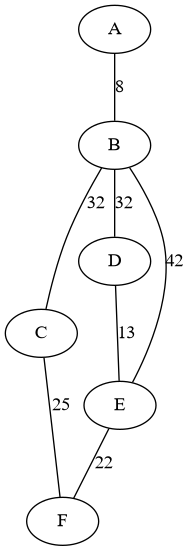
Johanx22x/DS-Project-2 keeps this Graphviz diagram as graph.png. Above is the earlier version. Its source is kept beside it as graph.dot.
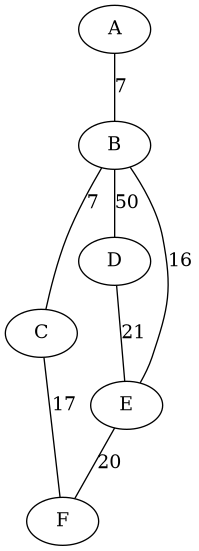
The same diagram one commit later.

The edit, as a diff of the source:
```diff
@@ -1,9 +1,9 @@
 graph A {
-	"A" -- "B" [label=8]
-	"B" -- "C" [label=32]
-	"B" -- "D" [label=32]
-	"B" -- "E" [label=42]
-	"C" -- "F" [label=25]
-	"D" -- "E" [label=13]
-	"E" -- "F" [label=22]
+	"A" -- "B" [label=7]
+	"B" -- "C" [label=7]
+	"B" -- "D" [label=50]
+	"B" -- "E" [label=16]
+	"C" -- "F" [label=17]
+	"D" -- "E" [label=21]
+	"E" -- "F" [label=20]
 }
```
